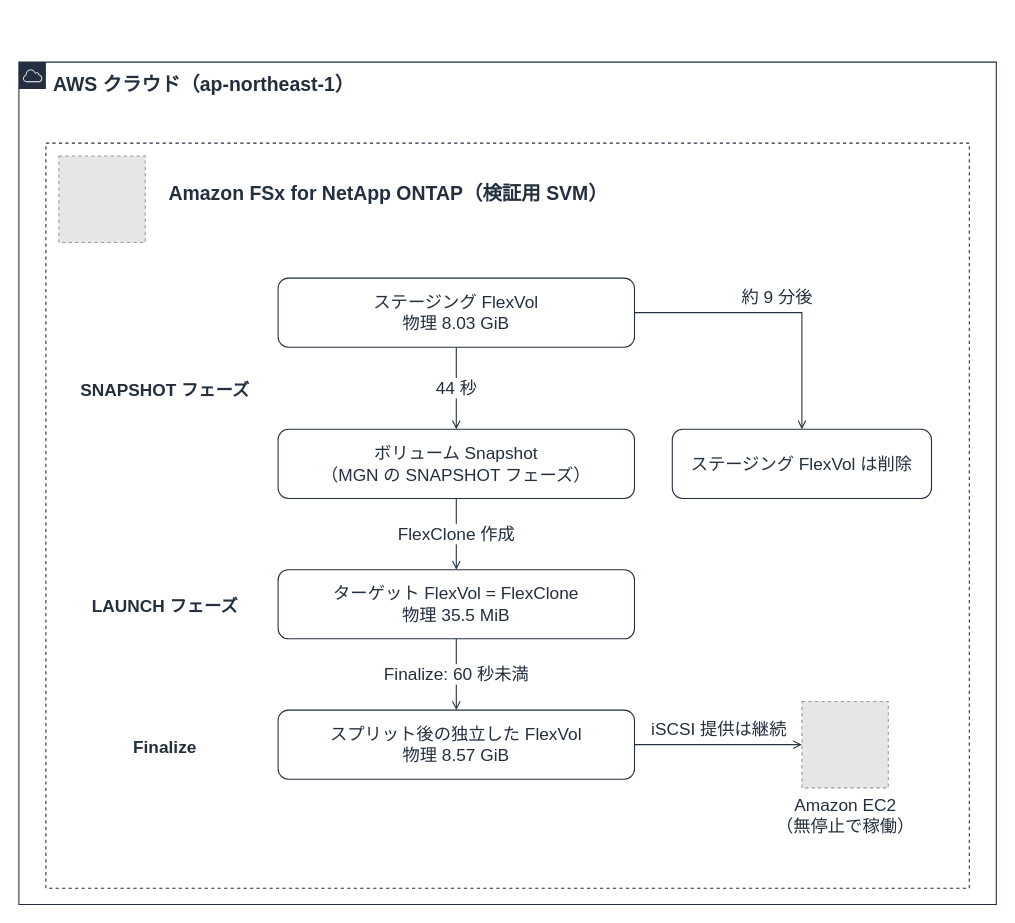
This is docs/_assets/diagrams/atx-fsxn-finalize-flexclone.drawio from Yoshiki0705/vmware-migration-ec2-ontap, a draw.io file, before an edit. Source tidied: cells renumbered, new cells numbered last; positions are measured from the earlier drawing's top-left corner, leaving out a move shared by most shapes. Both pictures are drawn from the tidied source at 108%, with x=0, y=0 at pixel (18, 62). Pictures stored in the file or linked from it are replaced by grey dashed boxes.
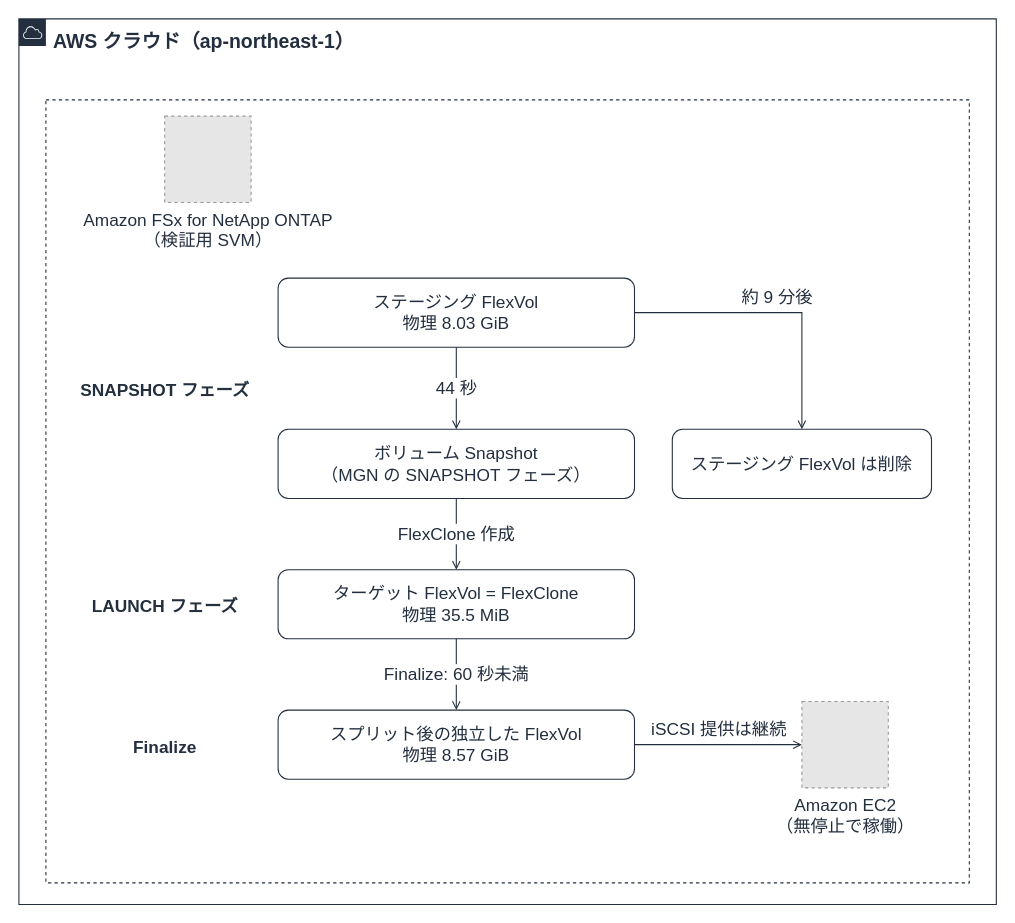
The same page after the edit.

Diff of the diagram source:
```diff
@@
     <mxCell id="2" value="AWS クラウド（ap-northeast-1）" style="gradientColor=none;html=1;whiteSpace=wrap;fontSize=18;fontStyle=1;fontColor=#232F3E;shape=mxgraph.aws4.group;grIcon=mxgraph.aws4.group_aws_cloud;strokeColor=#232F3E;fillColor=none;verticalAlign=top;align=left;spacingLeft=30;spacingTop=4;dashed=0;" parent="1" vertex="1">
-      <mxGeometry width="905" height="780" as="geometry" />
+      <mxGeometry y="-40" width="905" height="820" as="geometry" />
     </mxCell>
-    <mxCell id="3" value="Amazon FSx for NetApp ONTAP（検証用 SVM）" style="gradientColor=none;html=1;whiteSpace=wrap;fontSize=18;fontStyle=1;fontColor=#232F3E;shape=mxgraph.aws4.group;strokeColor=#232F3E;fillColor=none;verticalAlign=top;align=left;spacingLeft=112;spacingTop=30;dashed=1;" parent="1" vertex="1">
-      <mxGeometry x="25" y="75" width="855" height="690" as="geometry" />
+    <mxCell id="3" style="gradientColor=none;html=1;whiteSpace=wrap;fontSize=18;fontStyle=1;fontColor=#232F3E;shape=mxgraph.aws4.group;strokeColor=#232F3E;fillColor=none;verticalAlign=top;align=left;spacingLeft=30;spacingTop=4;dashed=1;" parent="1" vertex="1">
+      <mxGeometry x="25" y="35" width="855" height="725" as="geometry" />
     </mxCell>
@@
-    <mxCell id="12" style="fillColor=#E6E6E6;strokeColor=#999999;dashed=1;html=1;verticalLabelPosition=bottom;verticalAlign=top;labelPosition=center;align=center;fontSize=16;fontColor=#232F3E;" parent="1" vertex="1">
-      <mxGeometry x="37" y="87" width="80" height="80" as="geometry" />
+    <mxCell id="12" value="Amazon FSx for NetApp ONTAP&#10;（検証用 SVM）" style="fillColor=#E6E6E6;strokeColor=#999999;dashed=1;html=1;verticalLabelPosition=bottom;verticalAlign=top;labelPosition=center;align=center;fontSize=16;fontColor=#232F3E;" parent="1" vertex="1">
+      <mxGeometry x="135" y="50" width="80" height="80" as="geometry" />
     </mxCell>
```
